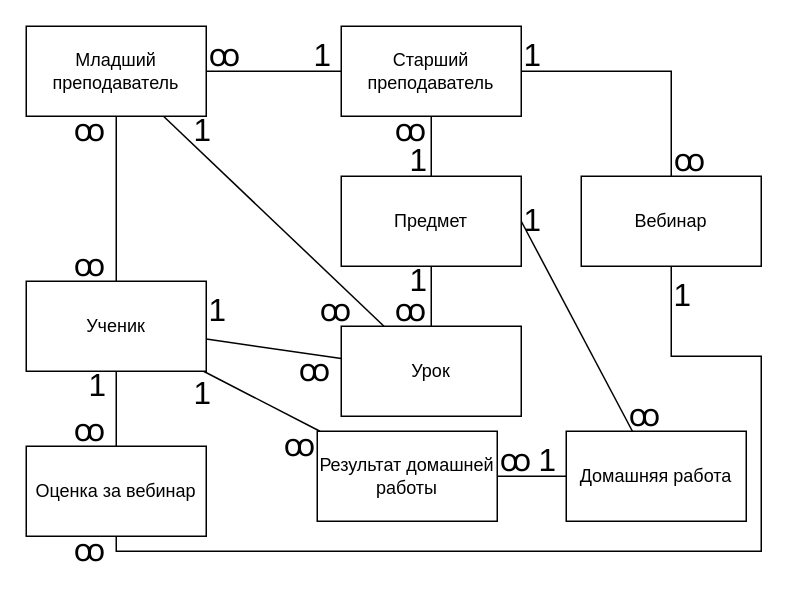
Above: OBJ.drawio in Benhooky/Ege_online_school_data_base (draw.io), before the change. Source tidied: cells renumbered, new cells numbered last; positions are measured from the earlier drawing's top-left corner, leaving out a move shared by most shapes. Both pictures are drawn from the tidied source at 150%, with x=0, y=0 at pixel (26, 26).
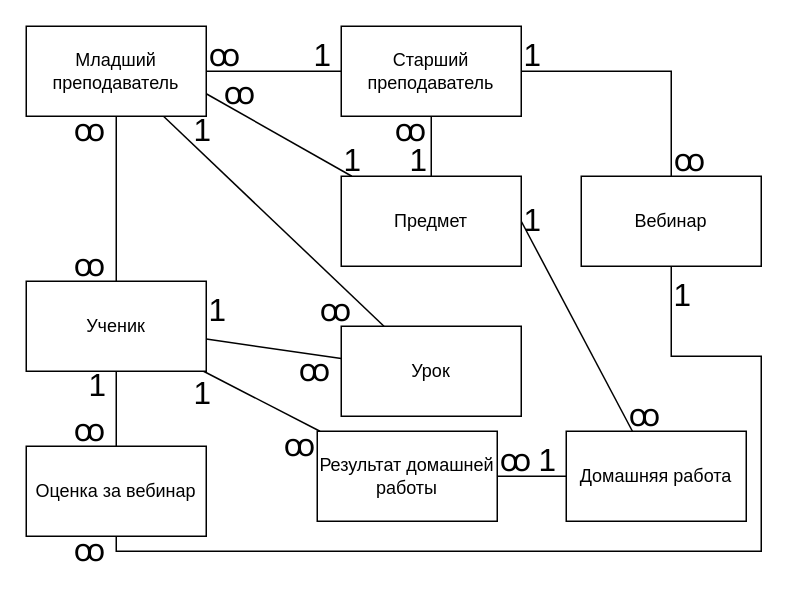
The same diagram, later.

Unchanged cells that the change refers to:
```xml
<mxCell id="5" value="Младший преподаватель" style="rounded=0;whiteSpace=wrap;html=1;" parent="1" vertex="1">
  <mxGeometry width="120" height="60" as="geometry" />
</mxCell>
<mxCell id="10" value="Урок" style="whiteSpace=wrap;html=1;rounded=0;" parent="1" vertex="1">
  <mxGeometry x="210" y="200" width="120" height="60" as="geometry" />
</mxCell>
<mxCell id="20" value="Предмет" style="rounded=0;whiteSpace=wrap;html=1;" parent="1" vertex="1">
  <mxGeometry x="210" y="100" width="120" height="60" as="geometry" />
</mxCell>
```

Diff of the diagram source:
```diff
@@
+    <mxCell id="47" style="rounded=0;jettySize=auto;html=1;exitX=1;exitY=0.75;exitDx=0;exitDy=0;endArrow=none;endFill=0;" parent="1" edge="1" source="5" target="20">
+      <mxGeometry relative="1" as="geometry" />
+    </mxCell>
@@
-    <mxCell id="18" style="edgeStyle=orthogonalEdgeStyle;rounded=0;jettySize=auto;html=1;endArrow=none;endFill=0;" parent="1" edge="1" source="20" target="10">
-      <mxGeometry relative="1" as="geometry" />
-    </mxCell>
@@
     <mxCell id="45" value="1" style="text;whiteSpace=wrap;fontSize=21;strokeWidth=2;" parent="1" vertex="1">
-      <mxGeometry x="254" y="150" width="20" height="10" as="geometry" />
+      <mxGeometry x="210" y="70" width="20" height="10" as="geometry" />
     </mxCell>
     <mxCell id="46" value="ꝏ" style="text;whiteSpace=wrap;fontSize=21;strokeWidth=2;" parent="1" vertex="1">
-      <mxGeometry x="244" y="170" width="20" height="10" as="geometry" />
+      <mxGeometry x="130" y="25" width="20" height="10" as="geometry" />
     </mxCell>
```
